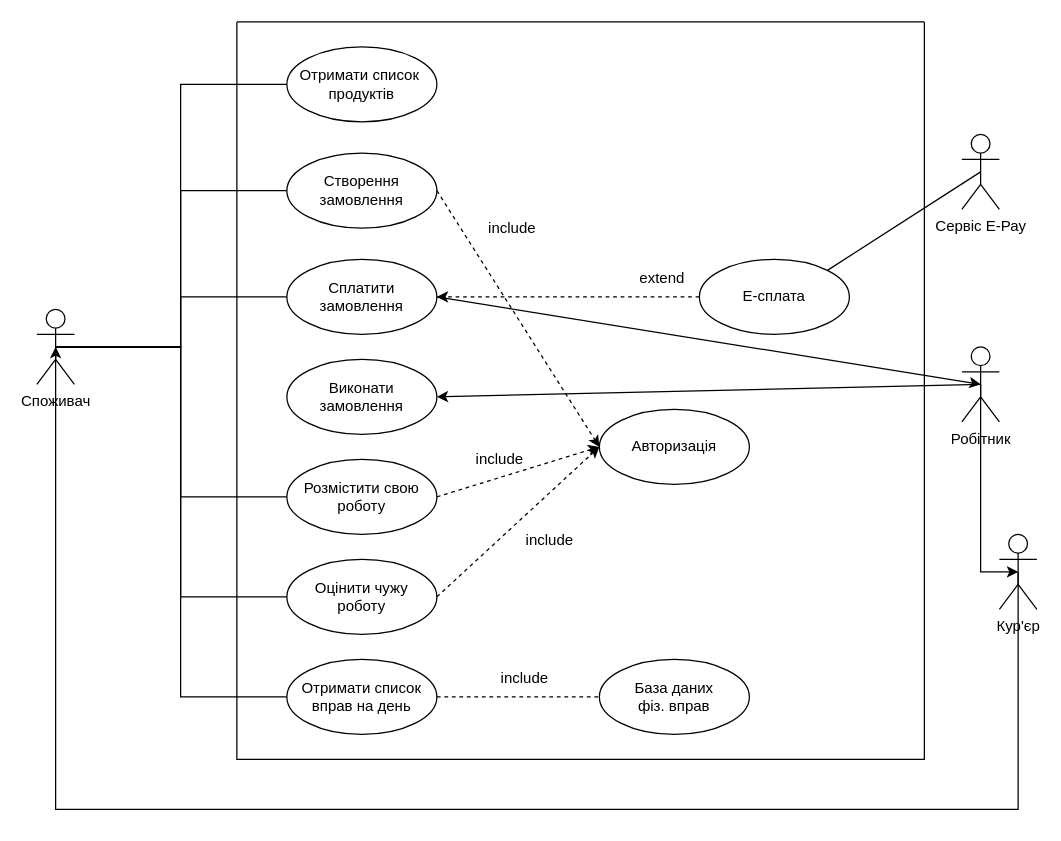
Earlier version of the draw.io diagram 1.3-SoftwareUserRequirements/1.3.3-UseCaseDiagram/UML-діаграма.drawio (oleksandrblazhko/ai204-dorozhkin). Source tidied: cells renumbered, new cells numbered last; positions are measured from the earlier drawing's top-left corner, leaving out a move shared by most shapes. Both pictures are drawn from the tidied source at 125%, with x=0, y=0 at pixel (36, 21).
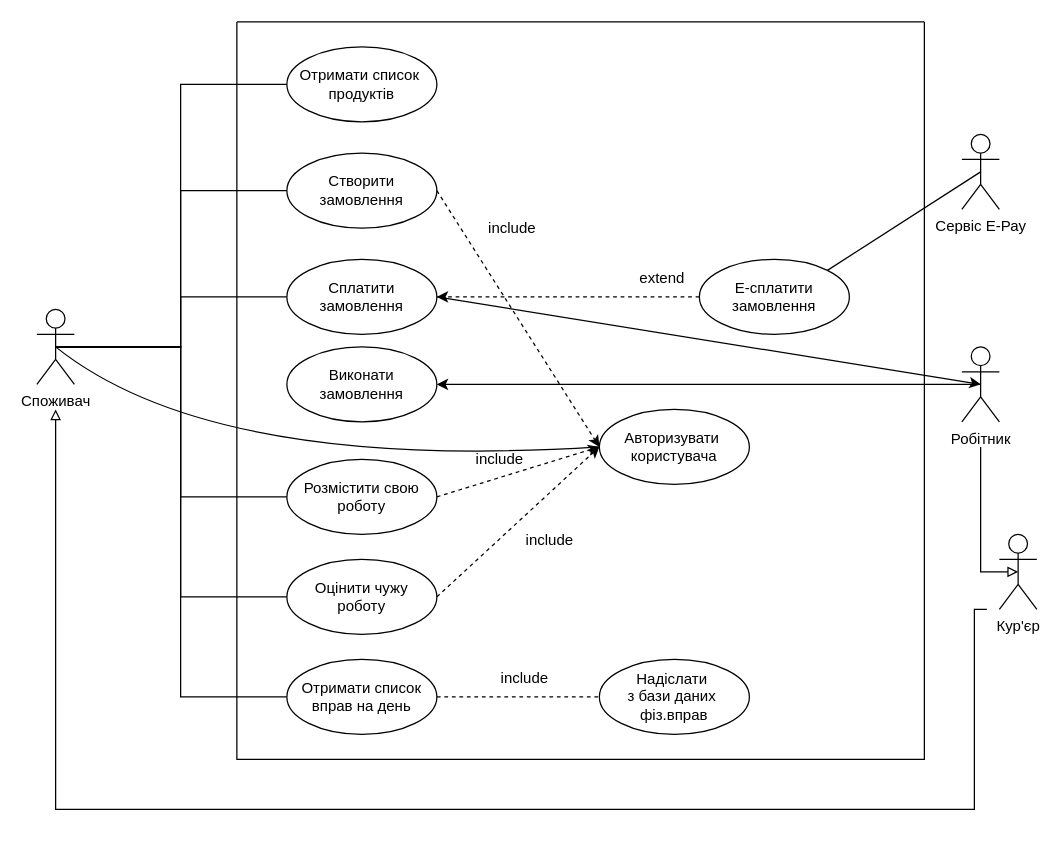
The same page after the edit.

Unchanged cells that the change refers to:
```xml
<mxCell id="8" value="Споживач" style="shape=umlActor;verticalLabelPosition=bottom;verticalAlign=top;html=1;outlineConnect=0;" parent="1" vertex="1">
  <mxGeometry y="230" width="30" height="60" as="geometry" />
</mxCell>
<mxCell id="10" value="Кур'єр" style="shape=umlActor;verticalLabelPosition=bottom;verticalAlign=top;html=1;outlineConnect=0;" parent="1" vertex="1">
  <mxGeometry x="770" y="410" width="30" height="60" as="geometry" />
</mxCell>
<mxCell id="12" value="Робітник&lt;br&gt;" style="shape=umlActor;verticalLabelPosition=bottom;verticalAlign=top;html=1;outlineConnect=0;" parent="1" vertex="1">
  <mxGeometry x="740" y="260" width="30" height="60" as="geometry" />
</mxCell>
<mxCell id="14" style="swimlane;startSize=0;" parent="1" vertex="1">
  <mxGeometry x="160" width="550" height="590" as="geometry" />
</mxCell>
```

The edit, as a diff of the source:
```diff
@@
-    <mxCell id="9" style="edgeStyle=orthogonalEdgeStyle;rounded=0;jettySize=auto;html=1;entryX=0.5;entryY=0.5;entryDx=0;entryDy=0;entryPerimeter=0;endArrow=classic;endFill=1;" parent="1" edge="1" target="8">
+    <mxCell id="9" style="edgeStyle=orthogonalEdgeStyle;rounded=0;orthogonalLoop=1;jettySize=auto;html=1;endArrow=block;endFill=0;" parent="1" edge="1">
       <mxGeometry relative="1" as="geometry">
-        <mxPoint x="785" y="500" as="sourcePoint" />
+        <mxPoint x="760" y="470" as="sourcePoint" />
+        <mxPoint x="15" y="310" as="targetPoint" />
         <Array as="points">
-          <mxPoint x="785" y="440" />
-          <mxPoint x="785" y="630" />
+          <mxPoint x="750" y="630" />
           <mxPoint x="15" y="630" />
         </Array>
       </mxGeometry>
     </mxCell>
@@
-    <mxCell id="11" style="edgeStyle=orthogonalEdgeStyle;rounded=0;jettySize=auto;html=1;exitX=0.5;exitY=0.5;exitDx=0;exitDy=0;exitPerimeter=0;entryX=0.5;entryY=0.5;entryDx=0;entryDy=0;entryPerimeter=0;endArrow=classic;endFill=1;" parent="1" edge="1" source="12" target="10">
+    <mxCell id="11" style="edgeStyle=orthogonalEdgeStyle;rounded=0;jettySize=auto;html=1;entryX=0.5;entryY=0.5;entryDx=0;entryDy=0;entryPerimeter=0;endArrow=block;endFill=0;" parent="1" edge="1" target="10">
       <mxGeometry relative="1" as="geometry">
+        <mxPoint x="755" y="340" as="sourcePoint" />
         <Array as="points">
+          <mxPoint x="755" y="350" />
           <mxPoint x="755" y="440" />
         </Array>
       </mxGeometry>
     </mxCell>
@@
-    <mxCell id="16" value="Авторизація" style="ellipse;whiteSpace=wrap;html=1;" parent="14" vertex="1">
+    <mxCell id="16" value="Авторизувати&amp;nbsp;&lt;br&gt;користувача" style="ellipse;whiteSpace=wrap;html=1;" parent="14" vertex="1">
       <mxGeometry x="290" y="310" width="120" height="60" as="geometry" />
     </mxCell>
-    <mxCell id="17" value="Е-сплата" style="ellipse;whiteSpace=wrap;html=1;" parent="14" vertex="1">
+    <mxCell id="17" value="Е-сплатити&lt;br&gt;замовлення" style="ellipse;whiteSpace=wrap;html=1;" parent="14" vertex="1">
       <mxGeometry x="370" y="190" width="120" height="60" as="geometry" />
     </mxCell>
-    <mxCell id="18" value="Створення замовлення" style="ellipse;whiteSpace=wrap;html=1;" parent="14" vertex="1">
+    <mxCell id="18" value="Створити замовлення" style="ellipse;whiteSpace=wrap;html=1;" parent="14" vertex="1">
       <mxGeometry x="40" y="105" width="120" height="60" as="geometry" />
     </mxCell>
@@
     <mxCell id="20" value="Виконати замовлення" style="ellipse;whiteSpace=wrap;html=1;" parent="14" vertex="1">
-      <mxGeometry x="40" y="270" width="120" height="60" as="geometry" />
+      <mxGeometry x="40" y="260" width="120" height="60" as="geometry" />
     </mxCell>
@@
-    <mxCell id="31" value="База даних&lt;br&gt;фіз. вправ" style="ellipse;whiteSpace=wrap;html=1;" parent="14" vertex="1">
+    <mxCell id="31" value="Надіслати&amp;nbsp;&lt;br&gt;з бази даних&amp;nbsp;&lt;br&gt;фіз.вправ" style="ellipse;whiteSpace=wrap;html=1;" parent="14" vertex="1">
       <mxGeometry x="290" y="510" width="120" height="60" as="geometry" />
     </mxCell>
@@
+    <mxCell id="38" style="curved=1;endArrow=none;html=1;rounded=0;exitX=0.5;exitY=0.5;exitDx=0;exitDy=0;exitPerimeter=0;entryX=0;entryY=0.5;entryDx=0;entryDy=0;endFill=0;" parent="1" edge="1" source="8" target="16">
+      <mxGeometry relative="1" as="geometry">
+        <Array as="points">
+          <mxPoint x="140" y="360" />
+        </Array>
+      </mxGeometry>
+    </mxCell>
```
